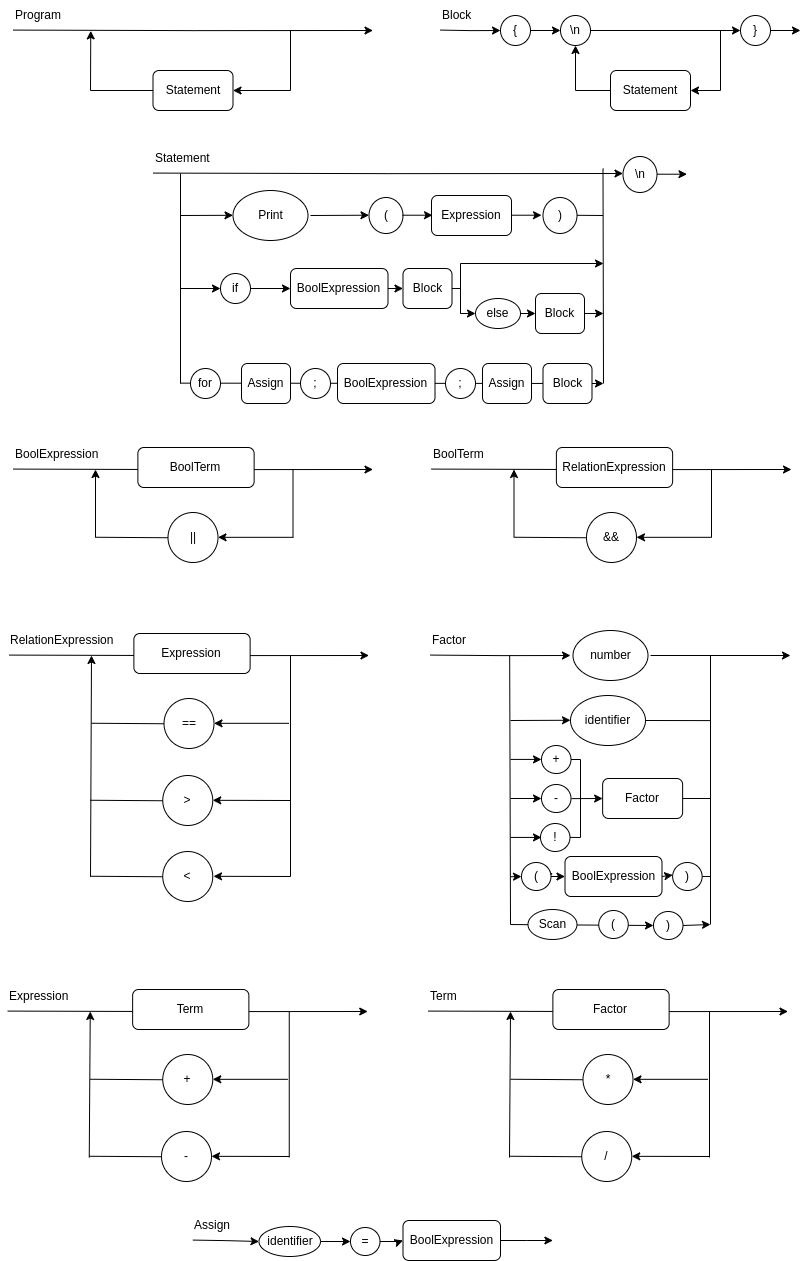
Earlier version of the draw.io export diagrama6.drawio.png (gabrielonishi/go-compiler). Source tidied: cells renumbered, new cells last; positions are measured from the earlier drawing's top-left corner, leaving out a move shared by most shapes.
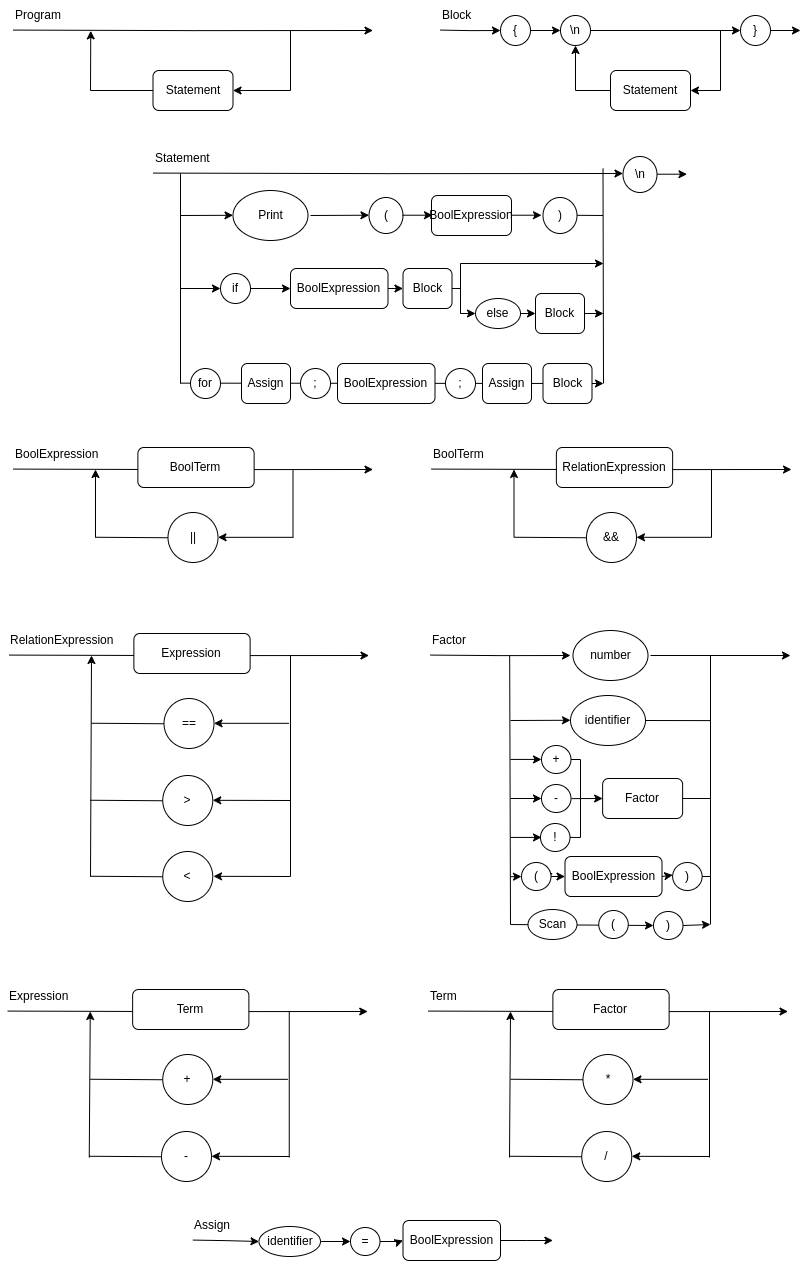
The same file after the commit.

Commit message:
Conserta erro no diagrama

The edit, as a diff of the source:
```diff
@@ -90,7 +90,7 @@
     <mxCell id="18" value="(" style="ellipse;whiteSpace=wrap;html=1;" parent="1" vertex="1">
       <mxGeometry x="361.5" y="197" width="34" height="36" as="geometry" />
     </mxCell>
-    <mxCell id="19" value="Expression" style="rounded=1;whiteSpace=wrap;html=1;" parent="1" vertex="1">
+    <mxCell id="19" value="BoolExpression" style="rounded=1;whiteSpace=wrap;html=1;" parent="1" vertex="1">
       <mxGeometry x="424" y="195" width="80" height="40" as="geometry" />
     </mxCell>
     <mxCell id="20" style="endArrow=classic;html=1;rounded=0;" parent="1" edge="1">
```
